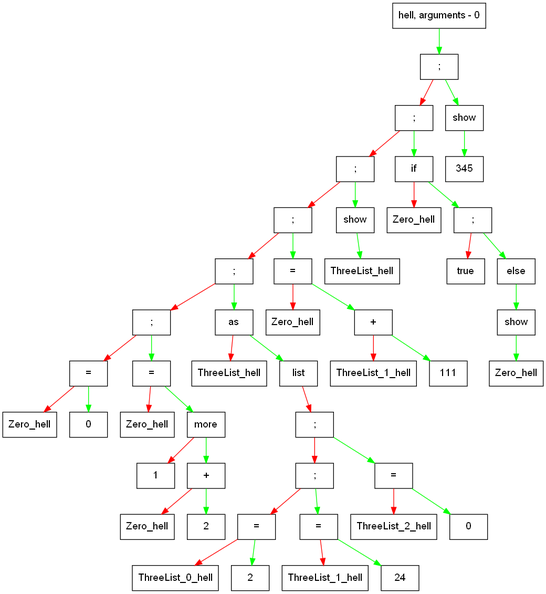
The Graphviz diagram dump.png in Naminar/Language, before a commit. Its source is kept beside it as dump.dot.
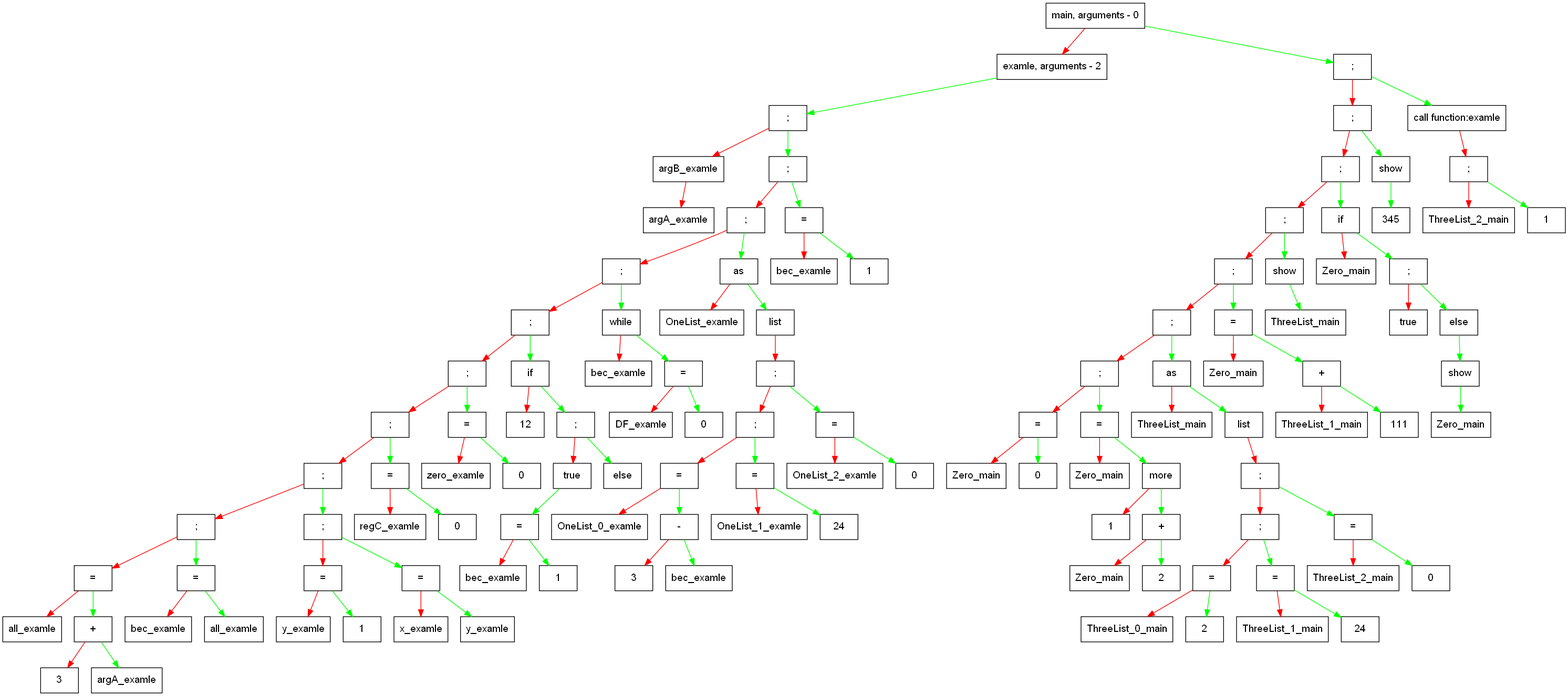
After the change.

The edit, as a diff of the source:
```diff
@@ -1,96 +1,236 @@
 digraph G{
  size="100" node [shape = record, fontname = Arial];
-    elem000001f29a071640[label = " {hell, arguments - 0 } "];
+    elem000001771ce58e40[label = " {main, arguments - 0 } "];
+edge [color = red];
+elem000001771ce58e40 -> elem000001771ce51640;edge [color = green];
+elem000001771ce58e40 -> elem000001771ccd07d0;elem000001771ce51640[label = " {examle, arguments - 2 } "];
 edge [color = green];
-elem000001f29a071640 -> elem000001f29a0791b0;elem000001f29a0791b0[label = " {; } "];
+elem000001771ce51640 -> elem000001771ce5b570;elem000001771ce5b570[label = " {; } "];
 edge [color = red];
-elem000001f29a0791b0 -> elem000001f29a079130;edge [color = green];
-elem000001f29a0791b0 -> elem000001f29a078eb0;elem000001f29a079130[label = " {; } "];
+elem000001771ce5b570 -> elem000001771ce517f0;edge [color = green];
+elem000001771ce5b570 -> elem000001771ce5d2c0;elem000001771ce517f0[label = " {argB_examle } "];
 edge [color = red];
-elem000001f29a079130 -> elem000001f29a078a30;edge [color = green];
-elem000001f29a079130 -> elem000001f29a079430;elem000001f29a078a30[label = " {; } "];
+elem000001771ce517f0 -> elem000001771ce51760;elem000001771ce51760[label = " {argA_examle } "];
+elem000001771ce5d2c0[label = " {; } "];
 edge [color = red];
-elem000001f29a078a30 -> elem000001f29a0789b0;edge [color = green];
-elem000001f29a078a30 -> elem000001f29a0778e0;elem000001f29a0789b0[label = " {; } "];
+elem000001771ce5d2c0 -> elem000001771ce5d280;edge [color = green];
+elem000001771ce5d2c0 -> elem000001771ce595c0;elem000001771ce5d280[label = " {; } "];
 edge [color = red];
-elem000001f29a0789b0 -> elem000001f29a078f70;edge [color = green];
-elem000001f29a0789b0 -> elem000001f29a0778a0;elem000001f29a078f70[label = " {; } "];
+elem000001771ce5d280 -> elem000001771ce5c8c0;edge [color = green];
+elem000001771ce5d280 -> elem000001771ce591c0;elem000001771ce5c8c0[label = " {; } "];
 edge [color = red];
-elem000001f29a078f70 -> elem000001f29a078af0;edge [color = green];
-elem000001f29a078f70 -> elem000001f29a077c20;elem000001f29a078af0[label = " {; } "];
+elem000001771ce5c8c0 -> elem000001771ce5cc80;edge [color = green];
+elem000001771ce5c8c0 -> elem000001771ce58dc0;elem000001771ce5cc80[label = " {; } "];
 edge [color = red];
-elem000001f29a078af0 -> elem000001f29a0795f0;edge [color = green];
-elem000001f29a078af0 -> elem000001f29a0769a0;elem000001f29a0795f0[label = " {= } "];
+elem000001771ce5cc80 -> elem000001771ce5cc40;edge [color = green];
+elem000001771ce5cc80 -> elem000001771ce578e0;elem000001771ce5cc40[label = " {; } "];
 edge [color = red];
-elem000001f29a0795f0 -> elem000001f29a076810;edge [color = green];
-elem000001f29a0795f0 -> elem000001f29a078c70;elem000001f29a076810[label = " {Zero_hell } "];
-elem000001f29a078c70[label = " {0 } "];
-elem000001f29a0769a0[label = " {= } "];
+elem000001771ce5cc40 -> elem000001771ce5d000;edge [color = green];
+elem000001771ce5cc40 -> elem000001771ce5cd80;elem000001771ce5d000[label = " {; } "];
 edge [color = red];
-elem000001f29a0769a0 -> elem000001f29a076910;edge [color = green];
-elem000001f29a0769a0 -> elem000001f29a076ac0;elem000001f29a076910[label = " {Zero_hell } "];
-elem000001f29a076ac0[label = " {more } "];
+elem000001771ce5d000 -> elem000001771ce5d080;edge [color = green];
+elem000001771ce5d000 -> elem000001771ce5ca40;elem000001771ce5d080[label = " {; } "];
 edge [color = red];
-elem000001f29a076ac0 -> elem000001f29a076a30;edge [color = green];
-elem000001f29a076ac0 -> elem000001f29a076be0;elem000001f29a076a30[label = " {1 } "];
-elem000001f29a076be0[label = " {+ } "];
+elem000001771ce5d080 -> elem000001771ce5abf0;edge [color = green];
+elem000001771ce5d080 -> elem000001771ce5d300;elem000001771ce5abf0[label = " {; } "];
 edge [color = red];
-elem000001f29a076be0 -> elem000001f29a076b50;edge [color = green];
-elem000001f29a076be0 -> elem000001f29a077aa0;elem000001f29a076b50[label = " {Zero_hell } "];
-elem000001f29a077aa0[label = " {2 } "];
-elem000001f29a077c20[label = " {as } "];
+elem000001771ce5abf0 -> elem000001771ce56ac0;edge [color = green];
+elem000001771ce5abf0 -> elem000001771ce569a0;elem000001771ce56ac0[label = " {= } "];
 edge [color = red];
-elem000001f29a077c20 -> elem000001f29a0776e0;edge [color = green];
-elem000001f29a077c20 -> elem000001f29a0775e0;elem000001f29a0776e0[label = " {ThreeList_hell } "];
-elem000001f29a0775e0[label = " {list } "];
+elem000001771ce56ac0 -> elem000001771ce56a30;edge [color = green];
+elem000001771ce56ac0 -> elem000001771ce57920;elem000001771ce56a30[label = " {all_examle } "];
+elem000001771ce57920[label = " {+ } "];
 edge [color = red];
-elem000001f29a0775e0 -> elem000001f29a078cf0;elem000001f29a078cf0[label = " {; } "];
+elem000001771ce57920 -> elem000001771ce57450;edge [color = green];
+elem000001771ce57920 -> elem000001771ce57c20;elem000001771ce57450[label = " {3 } "];
+elem000001771ce57c20[label = " {argA_examle } "];
+elem000001771ce569a0[label = " {= } "];
 edge [color = red];
-elem000001f29a078cf0 -> elem000001f29a0788b0;edge [color = green];
-elem000001f29a078cf0 -> elem000001f29a078930;elem000001f29a0788b0[label = " {; } "];
+elem000001771ce569a0 -> elem000001771ce56910;edge [color = green];
+elem000001771ce569a0 -> elem000001771ce5ab30;elem000001771ce56910[label = " {bec_examle } "];
+elem000001771ce5ab30[label = " {all_examle } "];
+elem000001771ce5d300[label = " {; } "];
 edge [color = red];
-elem000001f29a0788b0 -> elem000001f29a078ef0;edge [color = green];
-elem000001f29a0788b0 -> elem000001f29a078ff0;elem000001f29a078ef0[label = " {= } "];
+elem000001771ce5d300 -> elem000001771ce57660;edge [color = green];
+elem000001771ce5d300 -> elem000001771ce57ae0;elem000001771ce57660[label = " {= } "];
 edge [color = red];
-elem000001f29a078ef0 -> elem000001f29a078bb0;edge [color = green];
-elem000001f29a078ef0 -> elem000001f29a077560;elem000001f29a078bb0[label = " {ThreeList_0_hell } "];
-elem000001f29a077560[label = " {2 } "];
-elem000001f29a078ff0[label = " {= } "];
+elem000001771ce57660 -> elem000001771ce57560;edge [color = green];
+elem000001771ce57660 -> elem000001771ce57b60;elem000001771ce57560[label = " {y_examle } "];
+elem000001771ce57b60[label = " {1 } "];
+elem000001771ce57ae0[label = " {= } "];
 edge [color = red];
-elem000001f29a078ff0 -> elem000001f29a078f30;edge [color = green];
-elem000001f29a078ff0 -> elem000001f29a0775a0;elem000001f29a078f30[label = " {ThreeList_1_hell } "];
-elem000001f29a0775a0[label = " {24 } "];
-elem000001f29a078930[label = " {= } "];
+elem000001771ce57ae0 -> elem000001771ce579e0;edge [color = green];
+elem000001771ce57ae0 -> elem000001771ce5cbc0;elem000001771ce579e0[label = " {x_examle } "];
+elem000001771ce5cbc0[label = " {y_examle } "];
+elem000001771ce5ca40[label = " {= } "];
 edge [color = red];
-elem000001f29a078930 -> elem000001f29a079730;edge [color = green];
-elem000001f29a078930 -> elem000001f29a079270;elem000001f29a079730[label = " {ThreeList_2_hell } "];
-elem000001f29a079270[label = " {0 } "];
-elem000001f29a0778a0[label = " {= } "];
+elem000001771ce5ca40 -> elem000001771ce578a0;edge [color = green];
+elem000001771ce5ca40 -> elem000001771ce5ca00;elem000001771ce578a0[label = " {regC_examle } "];
+elem000001771ce5ca00[label = " {0 } "];
+elem000001771ce5cd80[label = " {= } "];
 edge [color = red];
-elem000001f29a0778a0 -> elem000001f29a077920;edge [color = green];
-elem000001f29a0778a0 -> elem000001f29a0777e0;elem000001f29a077920[label = " {Zero_hell } "];
-elem000001f29a0777e0[label = " {+ } "];
+elem000001771ce5cd80 -> elem000001771ce579a0;edge [color = green];
+elem000001771ce5cd80 -> elem000001771ce5d180;elem000001771ce579a0[label = " {zero_examle } "];
+elem000001771ce5d180[label = " {0 } "];
+elem000001771ce578e0[label = " {if } "];
 edge [color = red];
-elem000001f29a0777e0 -> elem000001f29a077a20;edge [color = green];
-elem000001f29a0777e0 -> elem000001f29a077820;elem000001f29a077a20[label = " {ThreeList_1_hell } "];
-elem000001f29a077820[label = " {111 } "];
-elem000001f29a0778e0[label = " {show } "];
+elem000001771ce578e0 -> elem000001771ce57b20;edge [color = green];
+elem000001771ce578e0 -> elem000001771ce5d400;elem000001771ce57b20[label = " {12 } "];
+elem000001771ce5d400[label = " {; } "];
+edge [color = red];
+elem000001771ce5d400 -> elem000001771ce57c60;edge [color = green];
+elem000001771ce5d400 -> elem000001771ce58d00;elem000001771ce57c60[label = " {true } "];
 edge [color = green];
-elem000001f29a0778e0 -> elem000001f29a078b30;elem000001f29a078b30[label = " {ThreeList_hell } "];
-elem000001f29a079430[label = " {if } "];
+elem000001771ce57c60 -> elem000001771ce57be0;elem000001771ce57be0[label = " {= } "];
 edge [color = red];
-elem000001f29a079430 -> elem000001f29a079170;edge [color = green];
-elem000001f29a079430 -> elem000001f29a0793b0;elem000001f29a079170[label = " {Zero_hell } "];
-elem000001f29a0793b0[label = " {; } "];
+elem000001771ce57be0 -> elem000001771ce57620;edge [color = green];
+elem000001771ce57be0 -> elem000001771ce576e0;elem000001771ce57620[label = " {bec_examle } "];
+elem000001771ce576e0[label = " {1 } "];
+elem000001771ce58d00[label = " {else } "];
+elem000001771ce58dc0[label = " {while } "];
 edge [color = red];
-elem000001f29a0793b0 -> elem000001f29a079630;edge [color = green];
-elem000001f29a0793b0 -> elem000001f29a079670;elem000001f29a079630[label = " {true } "];
-elem000001f29a079670[label = " {else } "];
+elem000001771ce58dc0 -> elem000001771ce58c00;edge [color = green];
+elem000001771ce58dc0 -> elem000001771ce5cb80;elem000001771ce58c00[label = " {bec_examle } "];
+elem000001771ce5cb80[label = " {= } "];
+edge [color = red];
+elem000001771ce5cb80 -> elem000001771ce59840;edge [color = green];
+elem000001771ce5cb80 -> elem000001771ce5ccc0;elem000001771ce59840[label = " {DF_examle } "];
+elem000001771ce5ccc0[label = " {0 } "];
+elem000001771ce591c0[label = " {as } "];
+edge [color = red];
+elem000001771ce591c0 -> elem000001771ce59ac0;edge [color = green];
+elem000001771ce591c0 -> elem000001771ce59880;elem000001771ce59ac0[label = " {OneList_examle } "];
+elem000001771ce59880[label = " {list } "];
+edge [color = red];
+elem000001771ce59880 -> elem000001771ce5cd40;elem000001771ce5cd40[label = " {; } "];
+edge [color = red];
+elem000001771ce5cd40 -> elem000001771ce5cf00;edge [color = green];
+elem000001771ce5cd40 -> elem000001771ce5d340;elem000001771ce5cf00[label = " {; } "];
+edge [color = red];
+elem000001771ce5cf00 -> elem000001771ce5d500;edge [color = green];
+elem000001771ce5cf00 -> elem000001771ce5cdc0;elem000001771ce5d500[label = " {= } "];
+edge [color = red];
+elem000001771ce5d500 -> elem000001771ce5cf80;edge [color = green];
+elem000001771ce5d500 -> elem000001771ce596c0;elem000001771ce5cf80[label = " {OneList_0_examle } "];
+elem000001771ce596c0[label = " {- } "];
+edge [color = red];
+elem000001771ce596c0 -> elem000001771ce59440;edge [color = green];
+elem000001771ce596c0 -> elem000001771ce58f40;elem000001771ce59440[label = " {3 } "];
+elem000001771ce58f40[label = " {bec_examle } "];
+elem000001771ce5cdc0[label = " {= } "];
+edge [color = red];
+elem000001771ce5cdc0 -> elem000001771ce5d0c0;edge [color = green];
+elem000001771ce5cdc0 -> elem000001771ce59240;elem000001771ce5d0c0[label = " {OneList_1_examle } "];
+elem000001771ce59240[label = " {24 } "];
+elem000001771ce5d340[label = " {= } "];
+edge [color = red];
+elem000001771ce5d340 -> elem000001771ce5cb40;edge [color = green];
+elem000001771ce5d340 -> elem000001771ce5d240;elem000001771ce5cb40[label = " {OneList_2_examle } "];
+elem000001771ce5d240[label = " {0 } "];
+elem000001771ce595c0[label = " {= } "];
+edge [color = red];
+elem000001771ce595c0 -> elem000001771ce59100;edge [color = green];
+elem000001771ce595c0 -> elem000001771ce59b00;elem000001771ce59100[label = " {bec_examle } "];
+elem000001771ce59b00[label = " {1 } "];
+elem000001771ccd07d0[label = " {; } "];
+edge [color = red];
+elem000001771ccd07d0 -> elem000001771ccd0ad0;edge [color = green];
+elem000001771ccd07d0 -> elem000001771ce5adb0;elem000001771ccd0ad0[label = " {; } "];
+edge [color = red];
+elem000001771ccd0ad0 -> elem000001771ccd0490;edge [color = green];
+elem000001771ccd0ad0 -> elem000001771ce5aef0;elem000001771ccd0490[label = " {; } "];
+edge [color = red];
+elem000001771ccd0490 -> elem000001771ccd0750;edge [color = green];
+elem000001771ccd0490 -> elem000001771ce5b470;elem000001771ccd0750[label = " {; } "];
+edge [color = red];
+elem000001771ccd0750 -> elem000001771ccd06d0;edge [color = green];
+elem000001771ccd0750 -> elem000001771ce5abb0;elem000001771ccd06d0[label = " {; } "];
+edge [color = red];
+elem000001771ccd06d0 -> elem000001771ccd0b10;edge [color = green];
+elem000001771ccd06d0 -> elem000001771ce5acf0;elem000001771ccd0b10[label = " {; } "];
+edge [color = red];
+elem000001771ccd0b10 -> elem000001771ce5d640;edge [color = green];
+elem000001771ccd0b10 -> elem000001771ce5b3f0;elem000001771ce5d640[label = " {; } "];
+edge [color = red];
+elem000001771ce5d640 -> elem000001771ce5d600;edge [color = green];
+elem000001771ce5d640 -> elem000001771ce59500;elem000001771ce5d600[label = " {= } "];
+edge [color = red];
+elem000001771ce5d600 -> elem000001771ce58d40;edge [color = green];
+elem000001771ce5d600 -> elem000001771ce5d5c0;elem000001771ce58d40[label = " {Zero_main } "];
+elem000001771ce5d5c0[label = " {0 } "];
+elem000001771ce59500[label = " {= } "];
+edge [color = red];
+elem000001771ce59500 -> elem000001771ce58c80;edge [color = green];
+elem000001771ce59500 -> elem000001771ce58f00;elem000001771ce58c80[label = " {Zero_main } "];
+elem000001771ce58f00[label = " {more } "];
+edge [color = red];
+elem000001771ce58f00 -> elem000001771ce59600;edge [color = green];
+elem000001771ce58f00 -> elem000001771ce58fc0;elem000001771ce59600[label = " {1 } "];
+elem000001771ce58fc0[label = " {+ } "];
+edge [color = red];
+elem000001771ce58fc0 -> elem000001771ce58f80;edge [color = green];
+elem000001771ce58fc0 -> elem000001771ce59540;elem000001771ce58f80[label = " {Zero_main } "];
+elem000001771ce59540[label = " {2 } "];
+elem000001771ce5b3f0[label = " {as } "];
+edge [color = red];
+elem000001771ce5b3f0 -> elem000001771ce59a00;edge [color = green];
+elem000001771ce5b3f0 -> elem000001771ce5b0f0;elem000001771ce59a00[label = " {ThreeList_main } "];
+elem000001771ce5b0f0[label = " {list } "];
+edge [color = red];
+elem000001771ce5b0f0 -> elem000001771ce5cec0;elem000001771ce5cec0[label = " {; } "];
+edge [color = red];
+elem000001771ce5cec0 -> elem000001771ce5d7c0;edge [color = green];
+elem000001771ce5cec0 -> elem000001771ccd0c10;elem000001771ce5d7c0[label = " {; } "];
+edge [color = red];
+elem000001771ce5d7c0 -> elem000001771ce5d780;edge [color = green];
+elem000001771ce5d7c0 -> elem000001771ce5c9c0;elem000001771ce5d780[label = " {= } "];
+edge [color = red];
+elem000001771ce5d780 -> elem000001771ce5d740;edge [color = green];
+elem000001771ce5d780 -> elem000001771ce5a8b0;elem000001771ce5d740[label = " {ThreeList_0_main } "];
+elem000001771ce5a8b0[label = " {2 } "];
+elem000001771ce5c9c0[label = " {= } "];
+edge [color = red];
+elem000001771ce5c9c0 -> elem000001771ce5ce80;edge [color = green];
+elem000001771ce5c9c0 -> elem000001771ce5af70;elem000001771ce5ce80[label = " {ThreeList_1_main } "];
+elem000001771ce5af70[label = " {24 } "];
+elem000001771ccd0c10[label = " {= } "];
+edge [color = red];
+elem000001771ccd0c10 -> elem000001771ccd04d0;edge [color = green];
+elem000001771ccd0c10 -> elem000001771ccd0710;elem000001771ccd04d0[label = " {ThreeList_2_main } "];
+elem000001771ccd0710[label = " {0 } "];
+elem000001771ce5acf0[label = " {= } "];
+edge [color = red];
+elem000001771ce5acf0 -> elem000001771ce5a9f0;edge [color = green];
+elem000001771ce5acf0 -> elem000001771ce5b3b0;elem000001771ce5a9f0[label = " {Zero_main } "];
+elem000001771ce5b3b0[label = " {+ } "];
+edge [color = red];
+elem000001771ce5b3b0 -> elem000001771ce5b5b0;edge [color = green];
+elem000001771ce5b3b0 -> elem000001771ce5b5f0;elem000001771ce5b5b0[label = " {ThreeList_1_main } "];
+elem000001771ce5b5f0[label = " {111 } "];
+elem000001771ce5abb0[label = " {show } "];
 edge [color = green];
-elem000001f29a079670 -> elem000001f29a0790b0;elem000001f29a0790b0[label = " {show } "];
+elem000001771ce5abb0 -> elem000001771ce5b430;elem000001771ce5b430[label = " {ThreeList_main } "];
+elem000001771ce5b470[label = " {if } "];
+edge [color = red];
+elem000001771ce5b470 -> elem000001771ce5a9b0;edge [color = green];
+elem000001771ce5b470 -> elem000001771ccd0810;elem000001771ce5a9b0[label = " {Zero_main } "];
+elem000001771ccd0810[label = " {; } "];
+edge [color = red];
+elem000001771ccd0810 -> elem000001771ce5ae30;edge [color = green];
+elem000001771ccd0810 -> elem000001771ce5ad70;elem000001771ce5ae30[label = " {true } "];
+elem000001771ce5ad70[label = " {else } "];
 edge [color = green];
-elem000001f29a0790b0 -> elem000001f29a078df0;elem000001f29a078df0[label = " {Zero_hell } "];
-elem000001f29a078eb0[label = " {show } "];
+elem000001771ce5ad70 -> elem000001771ce5b030;elem000001771ce5b030[label = " {show } "];
 edge [color = green];
-elem000001f29a078eb0 -> elem000001f29a078bf0;elem000001f29a078bf0[label = " {345 } "];
+elem000001771ce5b030 -> elem000001771ce5b1f0;elem000001771ce5b1f0[label = " {Zero_main } "];
+elem000001771ce5aef0[label = " {show } "];
+edge [color = green];
+elem000001771ce5aef0 -> elem000001771ce5ac30;elem000001771ce5ac30[label = " {345 } "];
+elem000001771ce5adb0[label = " {call function:examle } "];
+edge [color = red];
+elem000001771ce5adb0 -> elem000001771ccd0510;elem000001771ccd0510[label = " {; } "];
+edge [color = red];
+elem000001771ccd0510 -> elem000001771ce5aa70;edge [color = green];
+elem000001771ccd0510 -> elem000001771ce5a870;elem000001771ce5aa70[label = " {ThreeList_2_main } "];
+elem000001771ce5a870[label = " {1 } "];
 }
```
